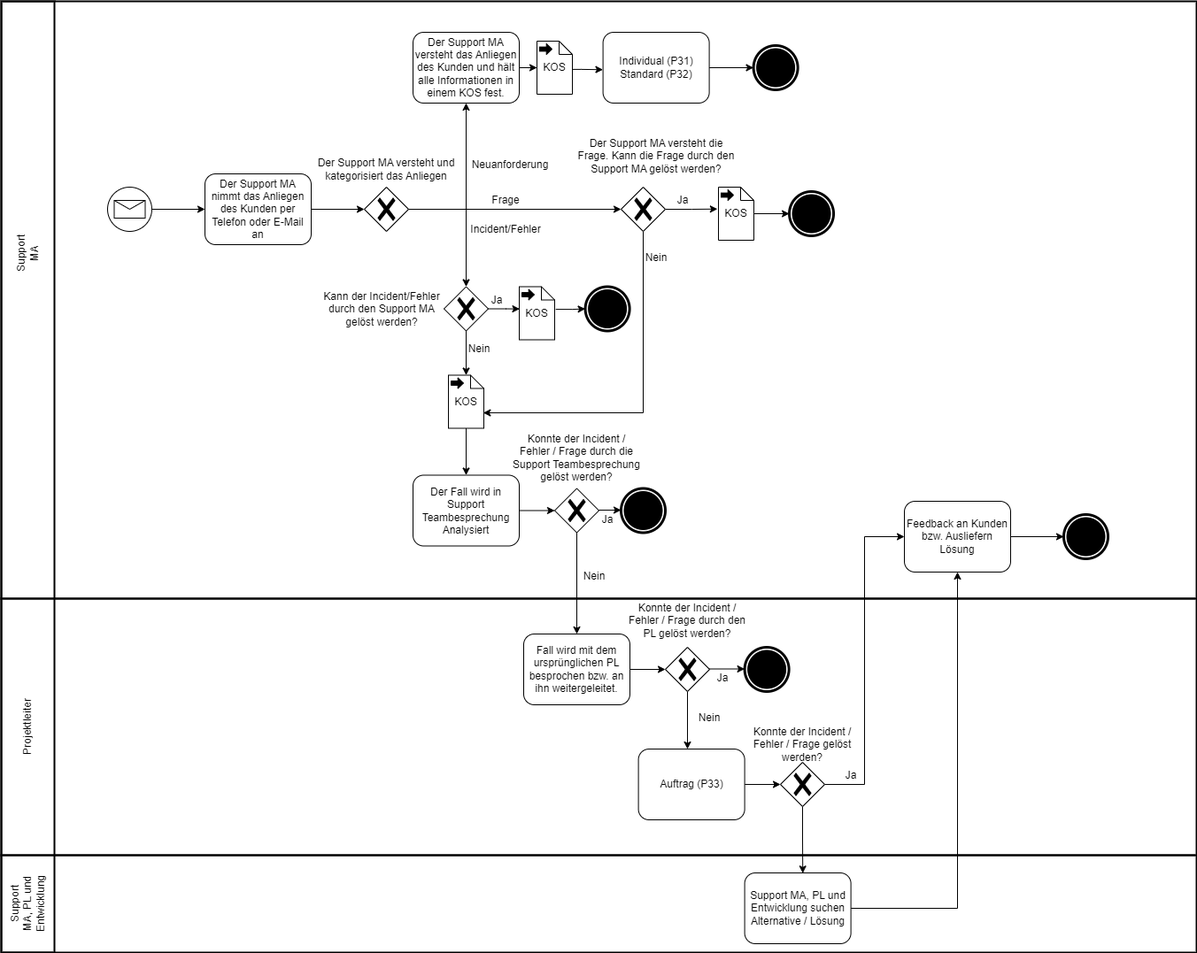
Earlier version of the draw.io export Diagramme/bpmn_ist.drawio.png (Mario-Soller/M254). Source tidied: cells renumbered, new cells last; positions are measured from the earlier drawing's top-left corner, leaving out a move shared by most shapes.
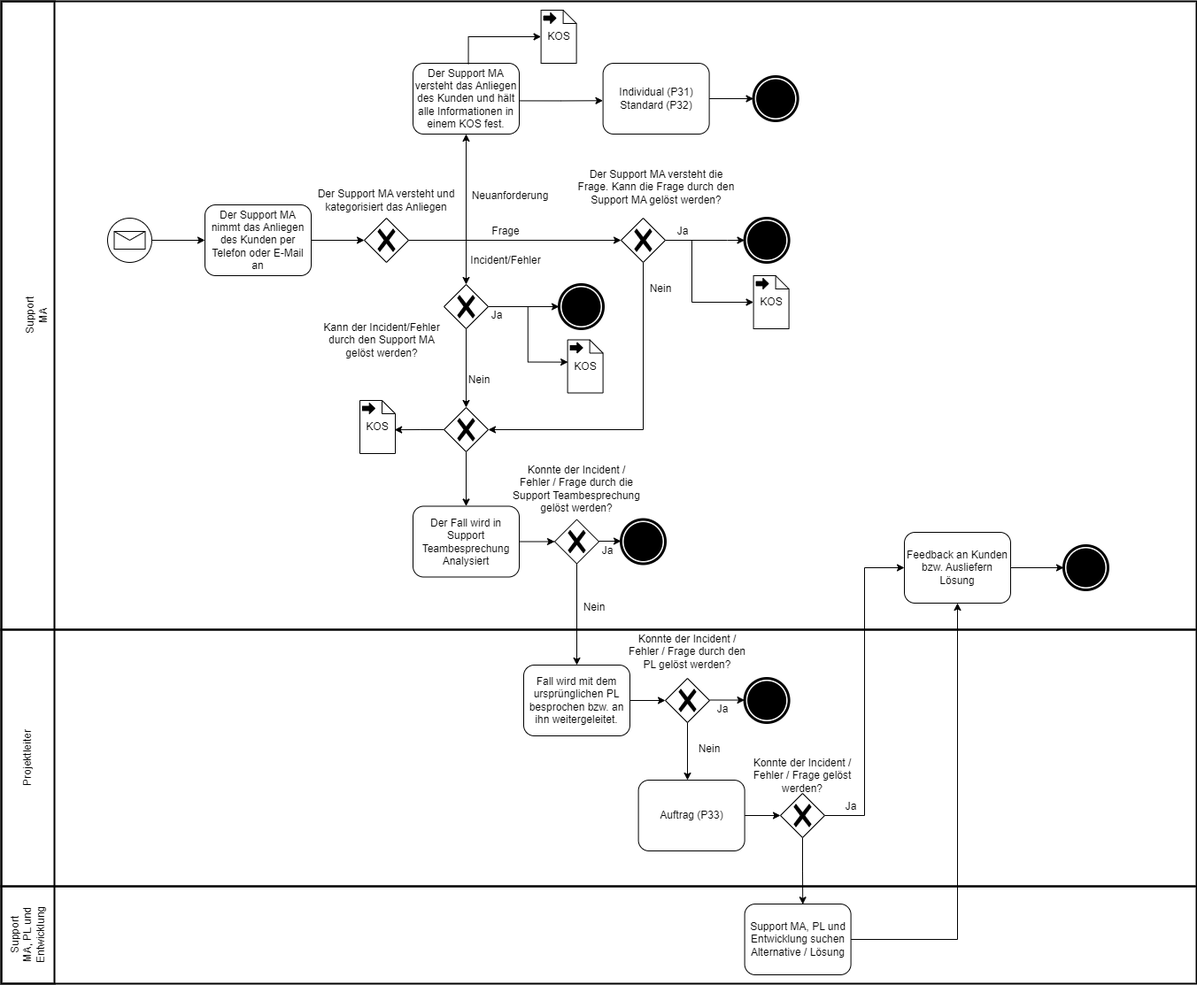
Later version of the same file.

What changed in the source:
```diff
@@ -2,6 +2,9 @@
   <root>
     <mxCell id="0" />
     <mxCell id="1" parent="0" />
+    <mxCell id="77" style="rounded=0;whiteSpace=wrap;html=1;fillColor=none;strokeWidth=2;" parent="1" vertex="1">
+      <mxGeometry y="-35" width="1350" height="710" as="geometry" />
+    </mxCell>
     <mxCell id="2" value="Der Support MA nimmt das Anliegen des Kunden per Telefon oder E-Mail an" style="shape=ext;rounded=1;html=1;whiteSpace=wrap;" parent="1" vertex="1">
       <mxGeometry x="230" y="195" width="120" height="80" as="geometry" />
     </mxCell>
@@ -28,7 +31,7 @@
       <mxGeometry x="350" y="170" width="170" height="40" as="geometry" />
     </mxCell>
     <mxCell id="7" value="Ja" style="text;html=1;strokeColor=none;fillColor=none;align=center;verticalAlign=middle;whiteSpace=wrap;rounded=0;" parent="1" vertex="1">
-      <mxGeometry x="530" y="322.5" width="60" height="30" as="geometry" />
+      <mxGeometry x="530" y="305" width="60" height="30" as="geometry" />
     </mxCell>
     <mxCell id="8" style="shape=mxgraph.bpmn.event;html=1;verticalLabelPosition=bottom;labelBackgroundColor=#ffffff;verticalAlign=top;align=center;perimeter=ellipsePerimeter;outline=standard;symbol=message;" parent="1" vertex="1">
       <mxGeometry x="120" y="210" width="50" height="50" as="geometry" />
@@ -53,10 +56,8 @@
     <mxCell id="12" value="Incident/Fehler" style="text;html=1;strokeColor=none;fillColor=none;align=center;verticalAlign=middle;whiteSpace=wrap;rounded=0;" parent="1" vertex="1">
       <mxGeometry x="520" y="240" width="100" height="35" as="geometry" />
     </mxCell>
-    <mxCell id="13" style="edgeStyle=orthogonalEdgeStyle;rounded=0;jettySize=auto;html=1;entryX=-0.001;entryY=0.528;entryDx=0;entryDy=0;exitX=1.01;exitY=0.532;exitDx=0;exitDy=0;exitPerimeter=0;entryPerimeter=0;" parent="1" edge="1" target="14">
-      <mxGeometry relative="1" as="geometry">
-        <mxPoint x="630" y="76.9" as="sourcePoint" />
-      </mxGeometry>
+    <mxCell id="13" style="edgeStyle=orthogonalEdgeStyle;rounded=0;jettySize=auto;html=1;entryX=-0.001;entryY=0.528;entryDx=0;entryDy=0;exitX=0.992;exitY=0.53;exitDx=0;exitDy=0;exitPerimeter=0;entryPerimeter=0;" parent="1" edge="1" source="41" target="14">
+      <mxGeometry relative="1" as="geometry" />
     </mxCell>
     <mxCell id="14" value="Individual (P31)&lt;br&gt;Standard (P32)" style="shape=ext;rounded=1;html=1;whiteSpace=wrap;" parent="1" vertex="1">
       <mxGeometry x="679.6" y="35" width="120" height="80" as="geometry" />
@@ -70,17 +71,17 @@
     <mxCell id="17" value="Kann der Incident/Fehler durch den Support MA gelöst werden?" style="text;html=1;strokeColor=none;fillColor=none;align=center;verticalAlign=middle;whiteSpace=wrap;rounded=0;" parent="1" vertex="1">
       <mxGeometry x="360" y="315" width="140" height="65" as="geometry" />
     </mxCell>
-    <mxCell id="18" style="edgeStyle=orthogonalEdgeStyle;rounded=0;jettySize=auto;html=1;exitX=1.031;exitY=0.426;exitDx=0;exitDy=0;exitPerimeter=0;" parent="1" edge="1" source="19" target="20">
+    <mxCell id="18" style="edgeStyle=orthogonalEdgeStyle;rounded=0;jettySize=auto;html=1;exitX=1;exitY=0.5;exitDx=0;exitDy=0;exitPerimeter=0;" parent="1" edge="1" source="26" target="20">
       <mxGeometry relative="1" as="geometry" />
     </mxCell>
     <mxCell id="19" style="shape=mxgraph.bpmn.data;labelPosition=center;verticalLabelPosition=bottom;align=center;verticalAlign=top;whiteSpace=wrap;size=15;html=1;bpmnTransferType=output;" parent="1" vertex="1">
-      <mxGeometry x="585" y="322.5" width="40" height="60" as="geometry" />
+      <mxGeometry x="639.6" y="347.5" width="40" height="60" as="geometry" />
     </mxCell>
     <mxCell id="20" style="points=[[0.145,0.145,0],[0.5,0,0],[0.855,0.145,0],[1,0.5,0],[0.855,0.855,0],[0.5,1,0],[0.145,0.855,0],[0,0.5,0]];shape=mxgraph.bpmn.event;html=1;verticalLabelPosition=bottom;labelBackgroundColor=#ffffff;verticalAlign=top;align=center;perimeter=ellipsePerimeter;outlineConnect=0;outline=end;symbol=terminate;" parent="1" vertex="1">
-      <mxGeometry x="659.6" y="322.5" width="50" height="50" as="geometry" />
+      <mxGeometry x="630" y="285" width="50" height="50" as="geometry" />
     </mxCell>
     <mxCell id="21" value="KOS" style="text;html=1;strokeColor=none;fillColor=none;align=center;verticalAlign=middle;whiteSpace=wrap;rounded=0;" parent="1" vertex="1">
-      <mxGeometry x="590" y="337.5" width="30" height="30" as="geometry" />
+      <mxGeometry x="644.6" y="362.5" width="30" height="30" as="geometry" />
     </mxCell>
     <mxCell id="22" style="edgeStyle=orthogonalEdgeStyle;rounded=0;orthogonalLoop=1;jettySize=auto;html=1;exitX=0.5;exitY=1;exitDx=0;exitDy=0;" parent="1" edge="1" source="21" target="21">
       <mxGeometry relative="1" as="geometry" />
@@ -88,82 +89,69 @@
     <mxCell id="23" style="shape=mxgraph.bpmn.gateway2;html=1;verticalLabelPosition=bottom;labelBackgroundColor=#ffffff;verticalAlign=top;align=center;perimeter=rhombusPerimeter;outline=none;symbol=none;gwType=exclusive;" parent="1" vertex="1">
       <mxGeometry x="410" y="210" width="50" height="50" as="geometry" />
     </mxCell>
-    <mxCell id="24" style="edgeStyle=orthogonalEdgeStyle;rounded=0;jettySize=auto;html=1;entryX=0.5;entryY=0;entryDx=0;entryDy=0;entryPerimeter=0;" parent="1" edge="1" source="26" target="29">
-      <mxGeometry relative="1" as="geometry" />
-    </mxCell>
     <mxCell id="25" style="edgeStyle=orthogonalEdgeStyle;rounded=0;jettySize=auto;html=1;entryX=0.012;entryY=0.419;entryDx=0;entryDy=0;entryPerimeter=0;" parent="1" edge="1" source="26" target="19">
       <mxGeometry relative="1" as="geometry" />
     </mxCell>
+    <mxCell id="84" style="edgeStyle=orthogonalEdgeStyle;rounded=0;jettySize=auto;html=1;entryX=0.5;entryY=0;entryDx=0;entryDy=0;entryPerimeter=0;" parent="1" edge="1" source="26" target="93">
+      <mxGeometry relative="1" as="geometry" />
+    </mxCell>
     <mxCell id="26" style="points=[[0.25,0.25,0],[0.5,0,0],[0.75,0.25,0],[1,0.5,0],[0.75,0.75,0],[0.5,1,0],[0.25,0.75,0],[0,0.5,0]];shape=mxgraph.bpmn.gateway2;html=1;verticalLabelPosition=bottom;labelBackgroundColor=#ffffff;verticalAlign=top;align=center;perimeter=rhombusPerimeter;outlineConnect=0;outline=none;symbol=none;gwType=exclusive;" parent="1" vertex="1">
-      <mxGeometry x="500" y="322.5" width="50" height="50" as="geometry" />
+      <mxGeometry x="500" y="285" width="50" height="50" as="geometry" />
     </mxCell>
     <mxCell id="27" value="Frage" style="text;html=1;strokeColor=none;fillColor=none;align=center;verticalAlign=middle;whiteSpace=wrap;rounded=0;" parent="1" vertex="1">
       <mxGeometry x="540" y="210" width="60" height="30" as="geometry" />
     </mxCell>
-    <mxCell id="28" style="edgeStyle=orthogonalEdgeStyle;rounded=0;jettySize=auto;html=1;entryX=0.5;entryY=0;entryDx=0;entryDy=0;" parent="1" edge="1" source="29" target="48">
+    <mxCell id="28" style="edgeStyle=orthogonalEdgeStyle;rounded=0;jettySize=auto;html=1;entryX=0.5;entryY=0;entryDx=0;entryDy=0;exitX=0.5;exitY=1;exitDx=0;exitDy=0;exitPerimeter=0;startArrow=none;" parent="1" edge="1" source="93" target="48">
       <mxGeometry relative="1" as="geometry" />
     </mxCell>
-    <mxCell id="29" style="shape=mxgraph.bpmn.data;labelPosition=center;verticalLabelPosition=bottom;align=center;verticalAlign=top;whiteSpace=wrap;size=15;html=1;bpmnTransferType=output;" parent="1" vertex="1">
-      <mxGeometry x="505" y="422.5" width="40" height="60" as="geometry" />
-    </mxCell>
-    <mxCell id="30" value="KOS" style="text;html=1;strokeColor=none;fillColor=none;align=center;verticalAlign=middle;whiteSpace=wrap;rounded=0;" parent="1" vertex="1">
-      <mxGeometry x="510" y="437.5" width="30" height="30" as="geometry" />
-    </mxCell>
-    <mxCell id="31" style="edgeStyle=orthogonalEdgeStyle;rounded=0;orthogonalLoop=1;jettySize=auto;html=1;exitX=0.5;exitY=1;exitDx=0;exitDy=0;" parent="1" edge="1" source="30" target="30">
-      <mxGeometry relative="1" as="geometry" />
+    <mxCell id="31" style="edgeStyle=orthogonalEdgeStyle;rounded=0;orthogonalLoop=1;jettySize=auto;html=1;exitX=0.5;exitY=1;exitDx=0;exitDy=0;" parent="1" edge="1">
+      <mxGeometry relative="1" as="geometry">
+        <mxPoint x="525" y="467.5" as="sourcePoint" />
+        <mxPoint x="525" y="467.5" as="targetPoint" />
+      </mxGeometry>
     </mxCell>
     <mxCell id="32" value="Nein" style="text;html=1;strokeColor=none;fillColor=none;align=center;verticalAlign=middle;whiteSpace=wrap;rounded=0;" parent="1" vertex="1">
       <mxGeometry x="510" y="377.5" width="60" height="30" as="geometry" />
     </mxCell>
-    <mxCell id="33" style="edgeStyle=orthogonalEdgeStyle;rounded=0;jettySize=auto;html=1;entryX=-0.029;entryY=0.412;entryDx=0;entryDy=0;entryPerimeter=0;" parent="1" edge="1" target="36">
+    <mxCell id="33" style="edgeStyle=orthogonalEdgeStyle;rounded=0;jettySize=auto;html=1;entryX=0;entryY=0.5;entryDx=0;entryDy=0;entryPerimeter=0;" parent="1" edge="1" target="88">
       <mxGeometry relative="1" as="geometry">
         <mxPoint x="750" y="235" as="sourcePoint" />
+        <Array as="points">
+          <mxPoint x="780" y="235" />
+          <mxPoint x="780" y="305" />
+        </Array>
       </mxGeometry>
     </mxCell>
     <mxCell id="34" value="Der Support MA versteht die Frage. Kann die Frage durch den Support MA gelöst werden?" style="text;html=1;strokeColor=none;fillColor=none;align=center;verticalAlign=middle;whiteSpace=wrap;rounded=0;" parent="1" vertex="1">
       <mxGeometry x="649.6" y="155" width="180" height="40" as="geometry" />
     </mxCell>
-    <mxCell id="35" style="edgeStyle=orthogonalEdgeStyle;rounded=0;jettySize=auto;html=1;" parent="1" edge="1" source="36" target="37">
+    <mxCell id="35" style="edgeStyle=orthogonalEdgeStyle;rounded=0;jettySize=auto;html=1;exitX=0.166;exitY=0.833;exitDx=0;exitDy=0;exitPerimeter=0;" parent="1" edge="1" source="45" target="37">
       <mxGeometry relative="1" as="geometry" />
     </mxCell>
-    <mxCell id="36" style="shape=mxgraph.bpmn.data;labelPosition=center;verticalLabelPosition=bottom;align=center;verticalAlign=top;whiteSpace=wrap;size=15;html=1;bpmnTransferType=output;" parent="1" vertex="1">
-      <mxGeometry x="810" y="210" width="40" height="60" as="geometry" />
-    </mxCell>
     <mxCell id="37" style="points=[[0.145,0.145,0],[0.5,0,0],[0.855,0.145,0],[1,0.5,0],[0.855,0.855,0],[0.5,1,0],[0.145,0.855,0],[0,0.5,0]];shape=mxgraph.bpmn.event;html=1;verticalLabelPosition=bottom;labelBackgroundColor=#ffffff;verticalAlign=top;align=center;perimeter=ellipsePerimeter;outlineConnect=0;outline=end;symbol=terminate;" parent="1" vertex="1">
-      <mxGeometry x="890" y="215" width="50" height="50" as="geometry" />
+      <mxGeometry x="839.6" y="210" width="50" height="50" as="geometry" />
     </mxCell>
-    <mxCell id="38" value="KOS" style="text;html=1;strokeColor=none;fillColor=none;align=center;verticalAlign=middle;whiteSpace=wrap;rounded=0;" parent="1" vertex="1">
-      <mxGeometry x="815" y="225" width="30" height="30" as="geometry" />
-    </mxCell>
-    <mxCell id="39" style="edgeStyle=orthogonalEdgeStyle;rounded=0;jettySize=auto;html=1;entryX=0.983;entryY=0.709;entryDx=0;entryDy=0;entryPerimeter=0;" parent="1" edge="1" source="40" target="29">
-      <mxGeometry relative="1" as="geometry">
-        <Array as="points">
-          <mxPoint x="725" y="465" />
-        </Array>
-      </mxGeometry>
-    </mxCell>
+    <mxCell id="85" style="edgeStyle=orthogonalEdgeStyle;rounded=0;jettySize=auto;html=1;entryX=1;entryY=0.5;entryDx=0;entryDy=0;entryPerimeter=0;" parent="1" edge="1" source="40" target="93">
+      <mxGeometry relative="1" as="geometry">
+        <Array as="points">
+          <mxPoint x="725" y="449" />
+        </Array>
+      </mxGeometry>
+    </mxCell>
     <mxCell id="40" style="points=[[0.25,0.25,0],[0.5,0,0],[0.75,0.25,0],[1,0.5,0],[0.75,0.75,0],[0.5,1,0],[0.25,0.75,0],[0,0.5,0]];shape=mxgraph.bpmn.gateway2;html=1;verticalLabelPosition=bottom;labelBackgroundColor=#ffffff;verticalAlign=top;align=center;perimeter=rhombusPerimeter;outlineConnect=0;outline=none;symbol=none;gwType=exclusive;" parent="1" vertex="1">
       <mxGeometry x="700" y="210" width="50" height="50" as="geometry" />
     </mxCell>
     <mxCell id="41" value="Der Support MA versteht das Anliegen des Kunden und hält alle Informationen in einem KOS fest." style="shape=ext;rounded=1;html=1;whiteSpace=wrap;" parent="1" vertex="1">
       <mxGeometry x="465" y="35" width="120" height="80" as="geometry" />
     </mxCell>
-    <mxCell id="42" style="edgeStyle=orthogonalEdgeStyle;rounded=0;jettySize=auto;html=1;" parent="1" edge="1" target="43">
-      <mxGeometry relative="1" as="geometry">
-        <mxPoint x="595" y="75" as="sourcePoint" />
-      </mxGeometry>
+    <mxCell id="42" style="edgeStyle=orthogonalEdgeStyle;rounded=0;jettySize=auto;html=1;entryX=0;entryY=0.5;entryDx=0;entryDy=0;entryPerimeter=0;exitX=0.521;exitY=0.011;exitDx=0;exitDy=0;exitPerimeter=0;" parent="1" edge="1" source="41" target="86">
+      <mxGeometry relative="1" as="geometry" />
     </mxCell>
-    <mxCell id="43" style="shape=mxgraph.bpmn.data;labelPosition=center;verticalLabelPosition=bottom;align=center;verticalAlign=top;whiteSpace=wrap;size=15;html=1;bpmnTransferType=output;" parent="1" vertex="1">
-      <mxGeometry x="605" y="45" width="40" height="60" as="geometry" />
-    </mxCell>
-    <mxCell id="44" value="KOS" style="text;html=1;strokeColor=none;fillColor=none;align=center;verticalAlign=middle;whiteSpace=wrap;rounded=0;" parent="1" vertex="1">
-      <mxGeometry x="610" y="60" width="30" height="30" as="geometry" />
-    </mxCell>
     <mxCell id="45" value="Ja" style="text;html=1;strokeColor=none;fillColor=none;align=center;verticalAlign=middle;whiteSpace=wrap;rounded=0;" parent="1" vertex="1">
       <mxGeometry x="740" y="210" width="60" height="30" as="geometry" />
     </mxCell>
     <mxCell id="46" value="Nein" style="text;html=1;strokeColor=none;fillColor=none;align=center;verticalAlign=middle;whiteSpace=wrap;rounded=0;" parent="1" vertex="1">
-      <mxGeometry x="709.6" y="275" width="60" height="30" as="geometry" />
+      <mxGeometry x="714.6" y="275" width="60" height="30" as="geometry" />
     </mxCell>
     <mxCell id="47" style="edgeStyle=orthogonalEdgeStyle;rounded=0;jettySize=auto;html=1;entryX=0;entryY=0.5;entryDx=0;entryDy=0;entryPerimeter=0;" parent="1" edge="1" source="48" target="50">
       <mxGeometry relative="1" as="geometry" />
@@ -261,17 +249,14 @@
     <mxCell id="76" style="points=[[0.145,0.145,0],[0.5,0,0],[0.855,0.145,0],[1,0.5,0],[0.855,0.855,0],[0.5,1,0],[0.145,0.855,0],[0,0.5,0]];shape=mxgraph.bpmn.event;html=1;verticalLabelPosition=bottom;labelBackgroundColor=#ffffff;verticalAlign=top;align=center;perimeter=ellipsePerimeter;outlineConnect=0;outline=end;symbol=terminate;" parent="1" vertex="1">
       <mxGeometry x="1200" y="580" width="50" height="50" as="geometry" />
     </mxCell>
-    <mxCell id="77" style="rounded=0;whiteSpace=wrap;html=1;fillColor=none;strokeWidth=2;" parent="1" vertex="1">
-      <mxGeometry width="1350" height="675" as="geometry" />
-    </mxCell>
     <mxCell id="78" style="rounded=0;whiteSpace=wrap;html=1;fillColor=none;strokeWidth=2;" parent="1" vertex="1">
       <mxGeometry y="675" width="1350" height="290" as="geometry" />
     </mxCell>
     <mxCell id="79" style="rounded=0;whiteSpace=wrap;html=1;fillColor=none;strokeWidth=2;" parent="1" vertex="1">
-      <mxGeometry width="60" height="1075" as="geometry" />
+      <mxGeometry y="-35" width="60" height="1110" as="geometry" />
     </mxCell>
     <mxCell id="80" value="Support MA" style="text;html=1;strokeColor=none;fillColor=none;align=center;verticalAlign=middle;whiteSpace=wrap;rounded=0;direction=east;rotation=270;" parent="1" vertex="1">
-      <mxGeometry y="270" width="60" height="30" as="geometry" />
+      <mxGeometry x="10" y="305" width="60" height="30" as="geometry" />
     </mxCell>
     <mxCell id="81" style="rounded=0;whiteSpace=wrap;html=1;fillColor=none;strokeWidth=2;" parent="1" vertex="1">
       <mxGeometry y="965" width="1350" height="110" as="geometry" />
@@ -282,5 +267,29 @@
     <mxCell id="83" value="Support MA, PL und Entwicklung" style="text;html=1;strokeColor=none;fillColor=none;align=center;verticalAlign=middle;whiteSpace=wrap;rounded=0;direction=east;rotation=270;" parent="1" vertex="1">
       <mxGeometry y="1005" width="60" height="30" as="geometry" />
     </mxCell>
+    <mxCell id="86" style="shape=mxgraph.bpmn.data;labelPosition=center;verticalLabelPosition=bottom;align=center;verticalAlign=top;whiteSpace=wrap;size=15;html=1;bpmnTransferType=output;" parent="1" vertex="1">
+      <mxGeometry x="609.6" y="-25" width="40" height="60" as="geometry" />
+    </mxCell>
+    <mxCell id="87" value="KOS" style="text;html=1;strokeColor=none;fillColor=none;align=center;verticalAlign=middle;whiteSpace=wrap;rounded=0;" parent="1" vertex="1">
+      <mxGeometry x="614.6" y="-10" width="30" height="30" as="geometry" />
+    </mxCell>
+    <mxCell id="88" style="shape=mxgraph.bpmn.data;labelPosition=center;verticalLabelPosition=bottom;align=center;verticalAlign=top;whiteSpace=wrap;size=15;html=1;bpmnTransferType=output;" parent="1" vertex="1">
+      <mxGeometry x="849.6" y="275" width="40" height="60" as="geometry" />
+    </mxCell>
+    <mxCell id="89" value="KOS" style="text;html=1;strokeColor=none;fillColor=none;align=center;verticalAlign=middle;whiteSpace=wrap;rounded=0;" parent="1" vertex="1">
+      <mxGeometry x="854.6" y="290" width="30" height="30" as="geometry" />
+    </mxCell>
+    <mxCell id="90" style="shape=mxgraph.bpmn.data;labelPosition=center;verticalLabelPosition=bottom;align=center;verticalAlign=top;whiteSpace=wrap;size=15;html=1;bpmnTransferType=output;" parent="1" vertex="1">
+      <mxGeometry x="405" y="416" width="40" height="60" as="geometry" />
+    </mxCell>
+    <mxCell id="91" value="KOS" style="text;html=1;strokeColor=none;fillColor=none;align=center;verticalAlign=middle;whiteSpace=wrap;rounded=0;" parent="1" vertex="1">
+      <mxGeometry x="410" y="431" width="30" height="30" as="geometry" />
+    </mxCell>
+    <mxCell id="92" style="edgeStyle=orthogonalEdgeStyle;rounded=0;jettySize=auto;html=1;entryX=0.979;entryY=0.552;entryDx=0;entryDy=0;entryPerimeter=0;" parent="1" edge="1" source="93" target="90">
+      <mxGeometry relative="1" as="geometry" />
+    </mxCell>
+    <mxCell id="93" style="points=[[0.25,0.25,0],[0.5,0,0],[0.75,0.25,0],[1,0.5,0],[0.75,0.75,0],[0.5,1,0],[0.25,0.75,0],[0,0.5,0]];shape=mxgraph.bpmn.gateway2;html=1;verticalLabelPosition=bottom;labelBackgroundColor=#ffffff;verticalAlign=top;align=center;perimeter=rhombusPerimeter;outlineConnect=0;outline=none;symbol=none;gwType=exclusive;" parent="1" vertex="1">
+      <mxGeometry x="500" y="424" width="50" height="50" as="geometry" />
+    </mxCell>
   </root>
 </mxGraphModel>
```
